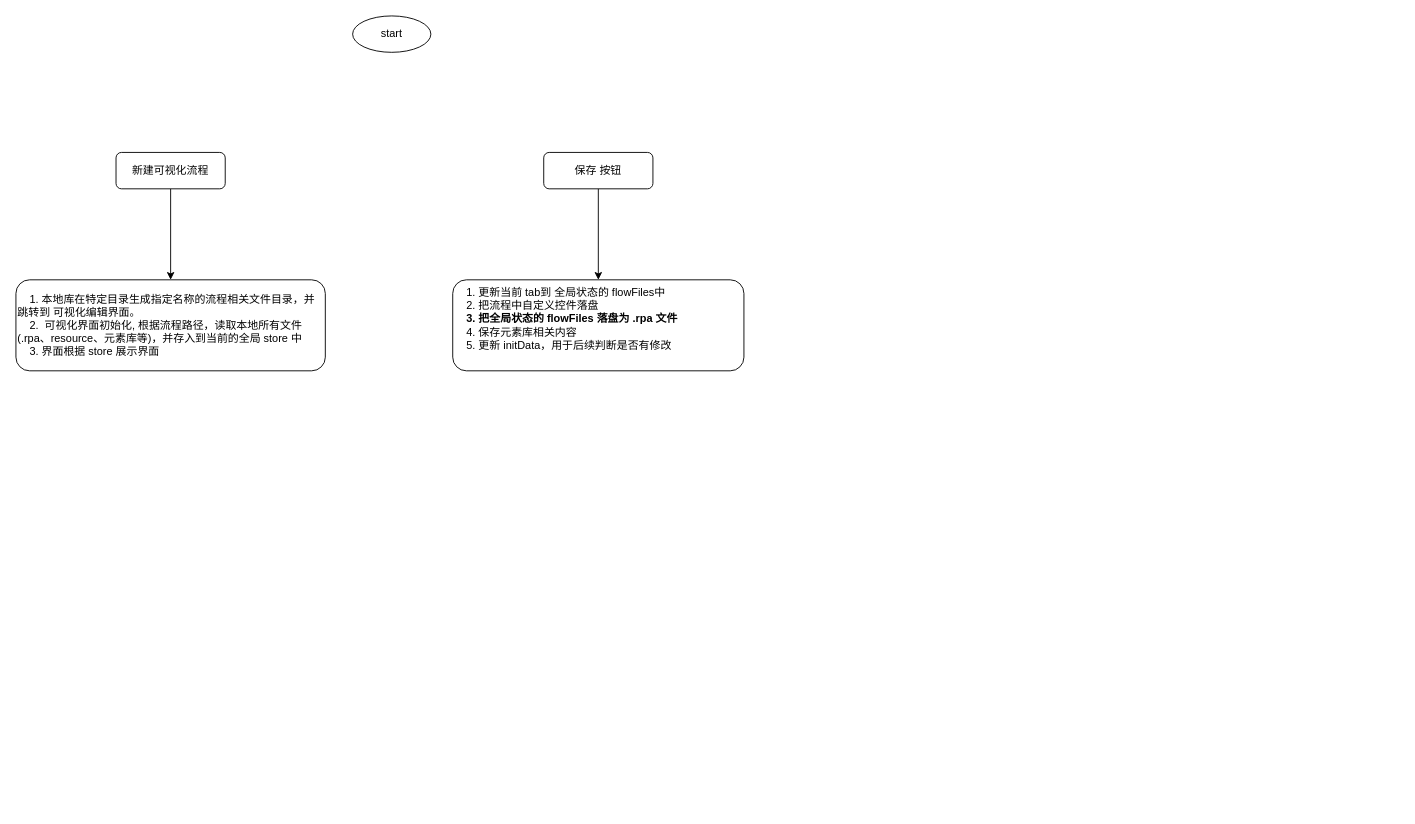
Earlier version of the draw.io diagram studio 流程保存逻辑.drawio (KevinBrother/draw). Source tidied: cells renumbered, new cells numbered last; positions are measured from the earlier drawing's top-left corner, leaving out a move shared by most shapes. Both pictures are drawn from the tidied source at 91%, with x=0, y=0 at pixel (15, 15).
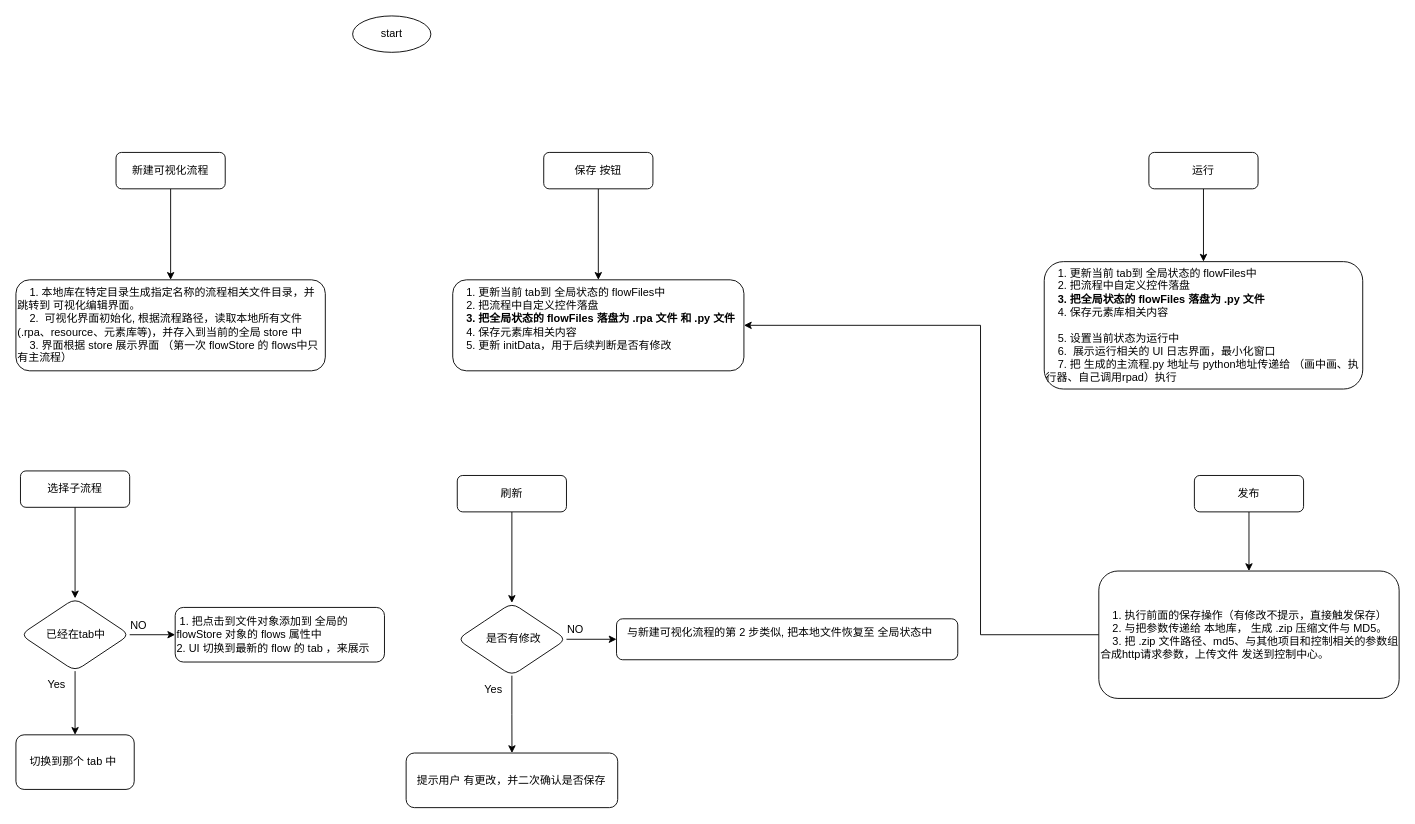
The same diagram, later.

Commit message:
feat(studio): 发布、运行流程.drawio

The edit, as a diff of the source:
```diff
@@
-    <mxCell id="4" value="&lt;span style=&quot;background-color: initial;&quot;&gt;&amp;nbsp; &amp;nbsp; 1. 更新当前 tab到 全局状态的 flowFiles中&lt;/span&gt;&lt;br&gt;&lt;span style=&quot;background-color: initial;&quot;&gt;&amp;nbsp; &amp;nbsp; 2. 把流程中自定义控件落盘&lt;/span&gt;&lt;br&gt;&lt;b style=&quot;background-color: initial;&quot;&gt;&amp;nbsp; &amp;nbsp; 3. 把全局状态的 flowFiles 落盘为 .rpa 文件&lt;/b&gt;&lt;br&gt;&lt;span style=&quot;background-color: initial;&quot;&gt;&amp;nbsp; &amp;nbsp; 4. 保存元素库相关内容&lt;/span&gt;&lt;br&gt;&lt;div&gt;&amp;nbsp; &amp;nbsp; 5. 更新 initData，用于后续判断是否有修改&lt;/div&gt;&lt;div&gt;&lt;br&gt;&lt;/div&gt;" style="rounded=1;whiteSpace=wrap;html=1;fontSize=12;glass=0;strokeWidth=1;shadow=0;align=left;" parent="1" vertex="1">
+    <mxCell id="4" value="&lt;span style=&quot;background-color: initial;&quot;&gt;&amp;nbsp; &amp;nbsp; 1. 更新当前 tab到 全局状态的 flowFiles中&lt;/span&gt;&lt;br&gt;&lt;span style=&quot;background-color: initial;&quot;&gt;&amp;nbsp; &amp;nbsp; 2. 把流程中自定义控件落盘&lt;/span&gt;&lt;br&gt;&lt;b style=&quot;background-color: initial;&quot;&gt;&amp;nbsp; &amp;nbsp; 3. 把全局状态的 flowFiles 落盘为 .rpa 文件 和 .py 文件&lt;/b&gt;&lt;br&gt;&lt;span style=&quot;background-color: initial;&quot;&gt;&amp;nbsp; &amp;nbsp; 4. 保存元素库相关内容&lt;/span&gt;&lt;br&gt;&lt;div&gt;&amp;nbsp; &amp;nbsp; 5. 更新 initData，用于后续判断是否有修改&lt;/div&gt;&lt;div&gt;&lt;br&gt;&lt;/div&gt;" style="rounded=1;whiteSpace=wrap;html=1;fontSize=12;glass=0;strokeWidth=1;shadow=0;align=left;" parent="1" vertex="1">
       <mxGeometry x="480" y="290" width="320" height="100" as="geometry" />
     </mxCell>
@@
-    <mxCell id="8" value="&lt;span style=&quot;background-color: initial;&quot;&gt;&amp;nbsp; &amp;nbsp; 1. 本地库在特定目录生成指定名称的流程相关文件目录，并跳转到 可视化编辑界面。&lt;/span&gt;&lt;div&gt;&lt;span style=&quot;background-color: initial;&quot;&gt;&amp;nbsp; &amp;nbsp; 2.&amp;nbsp; 可视化界面初始化, 根据流程路径，读取本地所有文件(.rpa、resource、元素库等)，并存入到当前的全局 store 中&lt;/span&gt;&lt;/div&gt;&lt;div&gt;&lt;span style=&quot;background-color: initial;&quot;&gt;&amp;nbsp; &amp;nbsp; 3. 界面根据 store 展示界面&amp;nbsp;&lt;/span&gt;&lt;/div&gt;" style="rounded=1;whiteSpace=wrap;html=1;fontSize=12;glass=0;strokeWidth=1;shadow=0;align=left;" parent="1" vertex="1">
+    <mxCell id="8" value="&lt;span style=&quot;background-color: initial;&quot;&gt;&amp;nbsp; &amp;nbsp; 1. 本地库在特定目录生成指定名称的流程相关文件目录，并跳转到 可视化编辑界面。&lt;/span&gt;&lt;div&gt;&lt;span style=&quot;background-color: initial;&quot;&gt;&amp;nbsp; &amp;nbsp; 2.&amp;nbsp; 可视化界面初始化, 根据流程路径，读取本地所有文件(.rpa、resource、元素库等)，并存入到当前的全局 store 中&lt;/span&gt;&lt;/div&gt;&lt;div&gt;&lt;span style=&quot;background-color: initial;&quot;&gt;&amp;nbsp; &amp;nbsp; 3. 界面根据 store 展示界面 （第一次 flowStore 的 flows中只有主流程）&lt;/span&gt;&lt;/div&gt;" style="rounded=1;whiteSpace=wrap;html=1;fontSize=12;glass=0;strokeWidth=1;shadow=0;align=left;" parent="1" vertex="1">
       <mxGeometry y="290" width="340" height="100" as="geometry" />
     </mxCell>
+    <mxCell id="9" style="edgeStyle=orthogonalEdgeStyle;rounded=0;jettySize=auto;html=1;fontFamily=Helvetica;fontSize=12;fontColor=default;" parent="1" edge="1" source="10" target="14">
+      <mxGeometry relative="1" as="geometry" />
+    </mxCell>
+    <mxCell id="10" value="选择子流程" style="rounded=1;whiteSpace=wrap;html=1;fontSize=12;glass=0;strokeWidth=1;shadow=0;" parent="1" vertex="1">
+      <mxGeometry x="5" y="500" width="120" height="40" as="geometry" />
+    </mxCell>
+    <mxCell id="11" value="&amp;nbsp; &amp;nbsp; 切换到那个 tab 中&amp;nbsp;" style="rounded=1;whiteSpace=wrap;html=1;fontSize=12;glass=0;strokeWidth=1;shadow=0;align=left;" parent="1" vertex="1">
+      <mxGeometry y="790" width="130" height="60" as="geometry" />
+    </mxCell>
+    <mxCell id="12" style="edgeStyle=orthogonalEdgeStyle;rounded=0;jettySize=auto;html=1;fontFamily=Helvetica;fontSize=12;fontColor=default;" parent="1" edge="1" source="14" target="11">
+      <mxGeometry relative="1" as="geometry" />
+    </mxCell>
+    <mxCell id="13" style="edgeStyle=orthogonalEdgeStyle;rounded=0;jettySize=auto;html=1;fontFamily=Helvetica;fontSize=12;fontColor=default;" parent="1" edge="1" source="14" target="15">
+      <mxGeometry relative="1" as="geometry" />
+    </mxCell>
+    <mxCell id="14" value="&lt;div style=&quot;&quot;&gt;&lt;span style=&quot;background-color: initial;&quot;&gt;&amp;nbsp; &amp;nbsp; &amp;nbsp; &amp;nbsp; 已经在tab中&lt;/span&gt;&lt;/div&gt;" style="rhombus;whiteSpace=wrap;html=1;rounded=1;shadow=0;glass=0;strokeColor=default;strokeWidth=1;align=left;verticalAlign=middle;fontFamily=Helvetica;fontSize=12;fontColor=default;fillColor=default;" parent="1" vertex="1">
+      <mxGeometry x="5" y="640" width="120" height="80" as="geometry" />
+    </mxCell>
+    <mxCell id="15" value="&amp;nbsp;1. 把点击到文件对象添加到 全局的 flowStore 对象的 flows 属性中&lt;div&gt;2. UI 切换到最新的 flow 的 tab ，来展示&lt;/div&gt;" style="rounded=1;whiteSpace=wrap;html=1;fontSize=12;glass=0;strokeWidth=1;shadow=0;align=left;" parent="1" vertex="1">
+      <mxGeometry x="175" y="650" width="230" height="60" as="geometry" />
+    </mxCell>
+    <mxCell id="16" value="NO" style="text;html=1;align=center;verticalAlign=middle;whiteSpace=wrap;rounded=0;fontFamily=Helvetica;fontSize=12;fontColor=default;" parent="1" vertex="1">
+      <mxGeometry x="105" y="655" width="60" height="30" as="geometry" />
+    </mxCell>
+    <mxCell id="17" value="Yes" style="text;html=1;align=center;verticalAlign=middle;whiteSpace=wrap;rounded=0;fontFamily=Helvetica;fontSize=12;fontColor=default;" parent="1" vertex="1">
+      <mxGeometry x="15" y="720" width="60" height="30" as="geometry" />
+    </mxCell>
+    <mxCell id="18" style="edgeStyle=orthogonalEdgeStyle;rounded=0;jettySize=auto;html=1;fontFamily=Helvetica;fontSize=12;fontColor=default;" parent="1" edge="1" source="19" target="23">
+      <mxGeometry relative="1" as="geometry" />
+    </mxCell>
+    <mxCell id="19" value="刷新" style="rounded=1;whiteSpace=wrap;html=1;fontSize=12;glass=0;strokeWidth=1;shadow=0;" parent="1" vertex="1">
+      <mxGeometry x="485" y="505" width="120" height="40" as="geometry" />
+    </mxCell>
+    <mxCell id="20" value="&amp;nbsp; &amp;nbsp;提示用户 有更改，并二次确认是否保存" style="rounded=1;whiteSpace=wrap;html=1;fontSize=12;glass=0;strokeWidth=1;shadow=0;align=left;" parent="1" vertex="1">
+      <mxGeometry x="428.8" y="810" width="232.5" height="60" as="geometry" />
+    </mxCell>
+    <mxCell id="21" style="edgeStyle=orthogonalEdgeStyle;rounded=0;jettySize=auto;html=1;fontFamily=Helvetica;fontSize=12;fontColor=default;" parent="1" edge="1" source="23" target="20">
+      <mxGeometry relative="1" as="geometry" />
+    </mxCell>
+    <mxCell id="22" style="edgeStyle=orthogonalEdgeStyle;rounded=0;jettySize=auto;html=1;fontFamily=Helvetica;fontSize=12;fontColor=default;" parent="1" edge="1" source="23" target="24">
+      <mxGeometry relative="1" as="geometry" />
+    </mxCell>
+    <mxCell id="23" value="&lt;div style=&quot;&quot;&gt;&amp;nbsp; &amp;nbsp; &amp;nbsp; &amp;nbsp; &amp;nbsp;是否有修改&lt;/div&gt;" style="rhombus;whiteSpace=wrap;html=1;rounded=1;shadow=0;glass=0;strokeColor=default;strokeWidth=1;align=left;verticalAlign=middle;fontFamily=Helvetica;fontSize=12;fontColor=default;fillColor=default;" parent="1" vertex="1">
+      <mxGeometry x="485" y="645" width="120" height="80" as="geometry" />
+    </mxCell>
+    <mxCell id="24" value="&amp;nbsp; &amp;nbsp;与新建可视化流程的第 2 步类似, 把本地文件恢复至 全局状态中&lt;div&gt;&amp;nbsp; &amp;nbsp;&amp;nbsp;&lt;/div&gt;" style="rounded=1;whiteSpace=wrap;html=1;fontSize=12;glass=0;strokeWidth=1;shadow=0;align=left;" parent="1" vertex="1">
+      <mxGeometry x="660" y="662.5" width="375" height="45" as="geometry" />
+    </mxCell>
+    <mxCell id="25" value="NO" style="text;html=1;align=center;verticalAlign=middle;whiteSpace=wrap;rounded=0;fontFamily=Helvetica;fontSize=12;fontColor=default;" parent="1" vertex="1">
+      <mxGeometry x="585" y="660" width="60" height="30" as="geometry" />
+    </mxCell>
+    <mxCell id="26" value="Yes" style="text;html=1;align=center;verticalAlign=middle;whiteSpace=wrap;rounded=0;fontFamily=Helvetica;fontSize=12;fontColor=default;" parent="1" vertex="1">
+      <mxGeometry x="495" y="725" width="60" height="30" as="geometry" />
+    </mxCell>
+    <mxCell id="27" style="edgeStyle=orthogonalEdgeStyle;rounded=0;jettySize=auto;html=1;fontFamily=Helvetica;fontSize=12;fontColor=default;" parent="1" edge="1" source="28" target="29">
+      <mxGeometry relative="1" as="geometry" />
+    </mxCell>
+    <mxCell id="28" value="运行" style="rounded=1;whiteSpace=wrap;html=1;fontSize=12;glass=0;strokeWidth=1;shadow=0;" parent="1" vertex="1">
+      <mxGeometry x="1245" y="150" width="120" height="40" as="geometry" />
+    </mxCell>
+    <mxCell id="29" value="&lt;span style=&quot;background-color: initial;&quot;&gt;&amp;nbsp; &amp;nbsp; 1. 更新当前 tab到 全局状态的 flowFiles中&lt;/span&gt;&lt;br&gt;&lt;span style=&quot;background-color: initial;&quot;&gt;&amp;nbsp; &amp;nbsp; 2. 把流程中自定义控件落盘&lt;/span&gt;&lt;br&gt;&lt;b style=&quot;background-color: initial;&quot;&gt;&amp;nbsp; &amp;nbsp; 3. 把全局状态的 flowFiles 落盘为 .py 文件&lt;/b&gt;&lt;br&gt;&lt;span style=&quot;background-color: initial;&quot;&gt;&amp;nbsp; &amp;nbsp; 4. 保存元素库相关内容&lt;/span&gt;&lt;br&gt;&lt;div&gt;&amp;nbsp; &amp;nbsp;&amp;nbsp;&lt;/div&gt;&lt;div&gt;&amp;nbsp; &amp;nbsp; 5. 设置当前状态为运行中&lt;/div&gt;&lt;div&gt;&amp;nbsp; &amp;nbsp; 6.&amp;nbsp; 展示运行相关的 UI 日志界面，最小化窗口&lt;/div&gt;&lt;div&gt;&amp;nbsp; &amp;nbsp; 7. 把 生成的主流程.py 地址与 python地址传递给 （画中画、执行器、自己调用rpad）执行&lt;/div&gt;" style="rounded=1;whiteSpace=wrap;html=1;fontSize=12;glass=0;strokeWidth=1;shadow=0;align=left;" parent="1" vertex="1">
+      <mxGeometry x="1130" y="270" width="350" height="140" as="geometry" />
+    </mxCell>
+    <mxCell id="30" style="edgeStyle=orthogonalEdgeStyle;rounded=0;jettySize=auto;html=1;fontFamily=Helvetica;fontSize=12;fontColor=default;" parent="1" edge="1" source="31" target="33">
+      <mxGeometry relative="1" as="geometry" />
+    </mxCell>
+    <mxCell id="31" value="发布" style="rounded=1;whiteSpace=wrap;html=1;fontSize=12;glass=0;strokeWidth=1;shadow=0;" parent="1" vertex="1">
+      <mxGeometry x="1295" y="505" width="120" height="40" as="geometry" />
+    </mxCell>
+    <mxCell id="32" style="edgeStyle=orthogonalEdgeStyle;rounded=0;jettySize=auto;html=1;entryX=1;entryY=0.5;entryDx=0;entryDy=0;fontFamily=Helvetica;fontSize=12;fontColor=default;" parent="1" edge="1" source="33" target="4">
+      <mxGeometry relative="1" as="geometry">
+        <Array as="points">
+          <mxPoint x="1060" y="680" />
+          <mxPoint x="1060" y="340" />
+        </Array>
+      </mxGeometry>
+    </mxCell>
+    <mxCell id="33" value="&amp;nbsp; &amp;nbsp; 1. 执行前面的保存操作（有修改不提示，直接触发保存）&lt;div&gt;&amp;nbsp; &amp;nbsp; 2. 与把参数传递给 本地库， 生成 .zip 压缩文件与 MD5。&lt;/div&gt;&lt;div&gt;&amp;nbsp; &amp;nbsp; 3. 把 .zip 文件路径、md5、与其他项目和控制相关的参数组合成http请求参数，上传文件 发送到控制中心。&lt;/div&gt;" style="rounded=1;whiteSpace=wrap;html=1;fontSize=12;glass=0;strokeWidth=1;shadow=0;align=left;" parent="1" vertex="1">
+      <mxGeometry x="1190" y="610" width="330" height="140" as="geometry" />
+    </mxCell>
```
